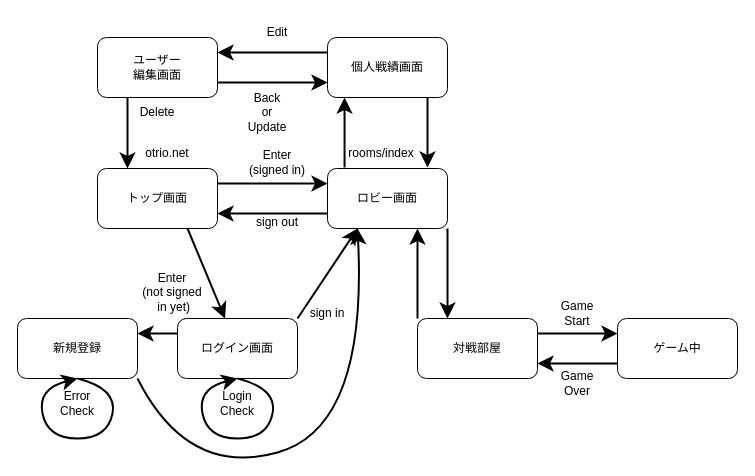
Before: screen_transition_diagram.dio in polotomato/otrio, a draw.io diagram. Source tidied: cells renumbered, new cells numbered last; positions are measured from the earlier drawing's top-left corner, leaving out a move shared by most shapes. Both pictures are drawn from the tidied source at 100%, with x=0, y=0 at pixel (17, 17).
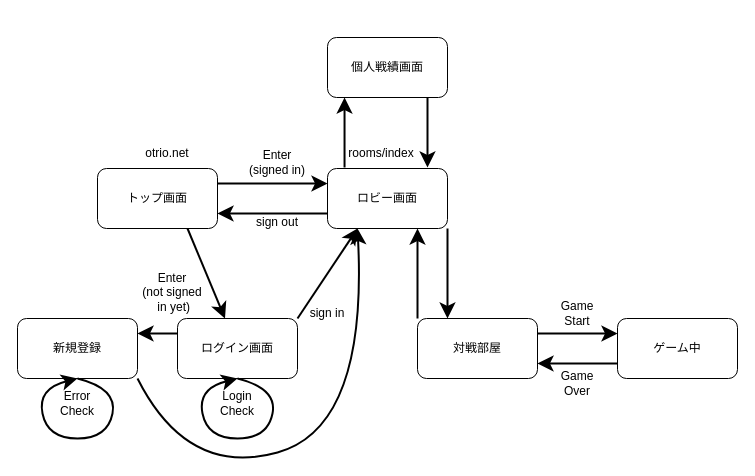
Above is the later version.

Unchanged cells that the change refers to:
```xml
<mxCell id="17" value="トップ画面" style="rounded=1;whiteSpace=wrap;html=1;" parent="1" vertex="1">
  <mxGeometry x="80" y="151" width="120" height="60" as="geometry" />
</mxCell>
<mxCell id="30" value="個人戦績画面" style="rounded=1;whiteSpace=wrap;html=1;" parent="1" vertex="1">
  <mxGeometry x="310" y="20" width="120" height="60" as="geometry" />
</mxCell>
```

Change to the diagram source:
```diff
@@
-    <mxCell id="28" style="edgeStyle=none;html=1;exitX=0;exitY=0.25;exitDx=0;exitDy=0;entryX=1;entryY=0.25;entryDx=0;entryDy=0;endSize=10;strokeWidth=2;" parent="1" edge="1" source="30" target="33">
-      <mxGeometry relative="1" as="geometry" />
-    </mxCell>
@@
-    <mxCell id="31" style="edgeStyle=none;html=1;exitX=1;exitY=0.75;exitDx=0;exitDy=0;endSize=10;strokeWidth=2;" parent="1" edge="1" source="33">
-      <mxGeometry relative="1" as="geometry">
-        <mxPoint x="310" y="65" as="targetPoint" />
-      </mxGeometry>
-    </mxCell>
-    <mxCell id="32" style="edgeStyle=none;html=1;exitX=0.25;exitY=1;exitDx=0;exitDy=0;entryX=0.25;entryY=0;entryDx=0;entryDy=0;endSize=10;strokeWidth=2;" parent="1" edge="1" source="33" target="17">
-      <mxGeometry relative="1" as="geometry" />
-    </mxCell>
-    <mxCell id="33" value="ユーザー&lt;br&gt;編集画面" style="rounded=1;whiteSpace=wrap;html=1;" parent="1" vertex="1">
-      <mxGeometry x="80" y="20" width="120" height="60" as="geometry" />
-    </mxCell>
-    <mxCell id="34" value="Back&lt;br&gt;or&lt;br&gt;Update" style="text;html=1;strokeColor=none;fillColor=none;align=center;verticalAlign=middle;whiteSpace=wrap;rounded=0;" parent="1" vertex="1">
-      <mxGeometry x="220" y="80" width="60" height="30" as="geometry" />
-    </mxCell>
-    <mxCell id="35" value="Edit" style="text;html=1;strokeColor=none;fillColor=none;align=center;verticalAlign=middle;whiteSpace=wrap;rounded=0;" parent="1" vertex="1">
-      <mxGeometry x="230" width="60" height="30" as="geometry" />
-    </mxCell>
-    <mxCell id="36" value="Delete" style="text;html=1;strokeColor=none;fillColor=none;align=center;verticalAlign=middle;whiteSpace=wrap;rounded=0;" parent="1" vertex="1">
-      <mxGeometry x="110" y="80" width="60" height="30" as="geometry" />
-    </mxCell>
```
